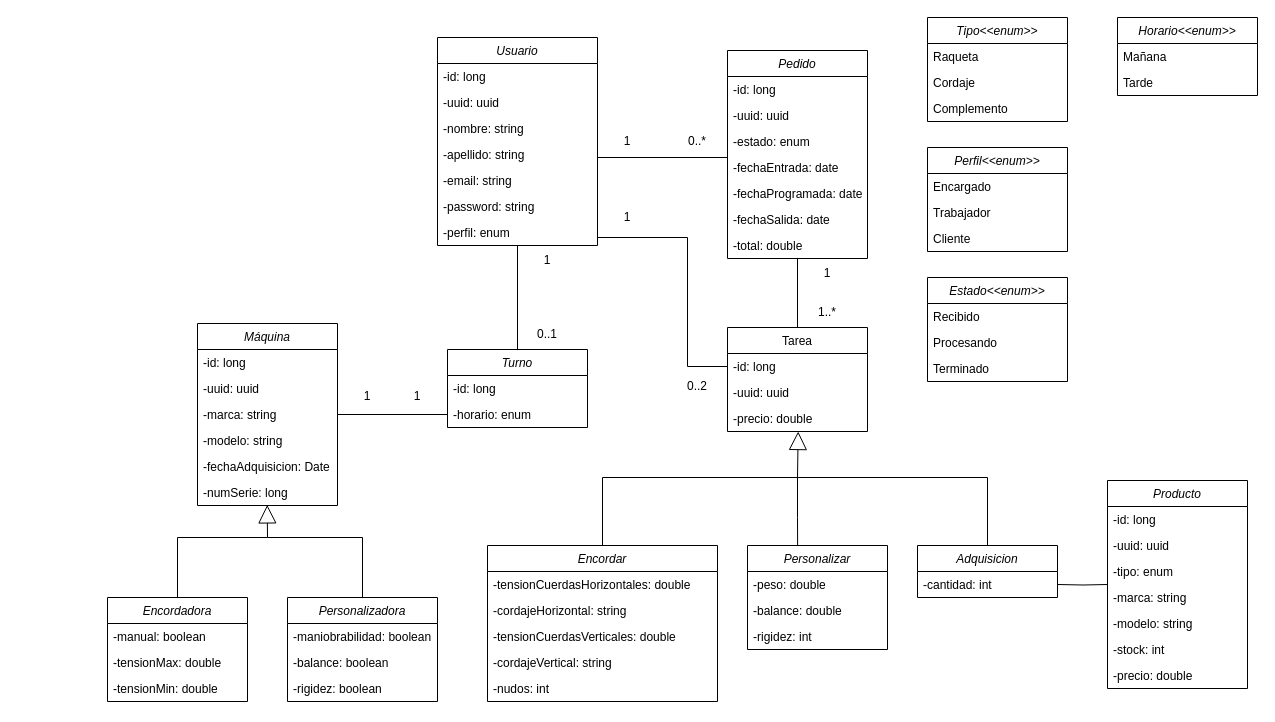
Earlier version of the draw.io diagram image/tennislab.drawio (Mario999X/tennisLab_Exposed). Source tidied: cells renumbered, new cells numbered last; positions are measured from the earlier drawing's top-left corner, leaving out a move shared by most shapes. Both pictures are drawn from the tidied source at 100%, with x=0, y=0 at pixel (107, 17).
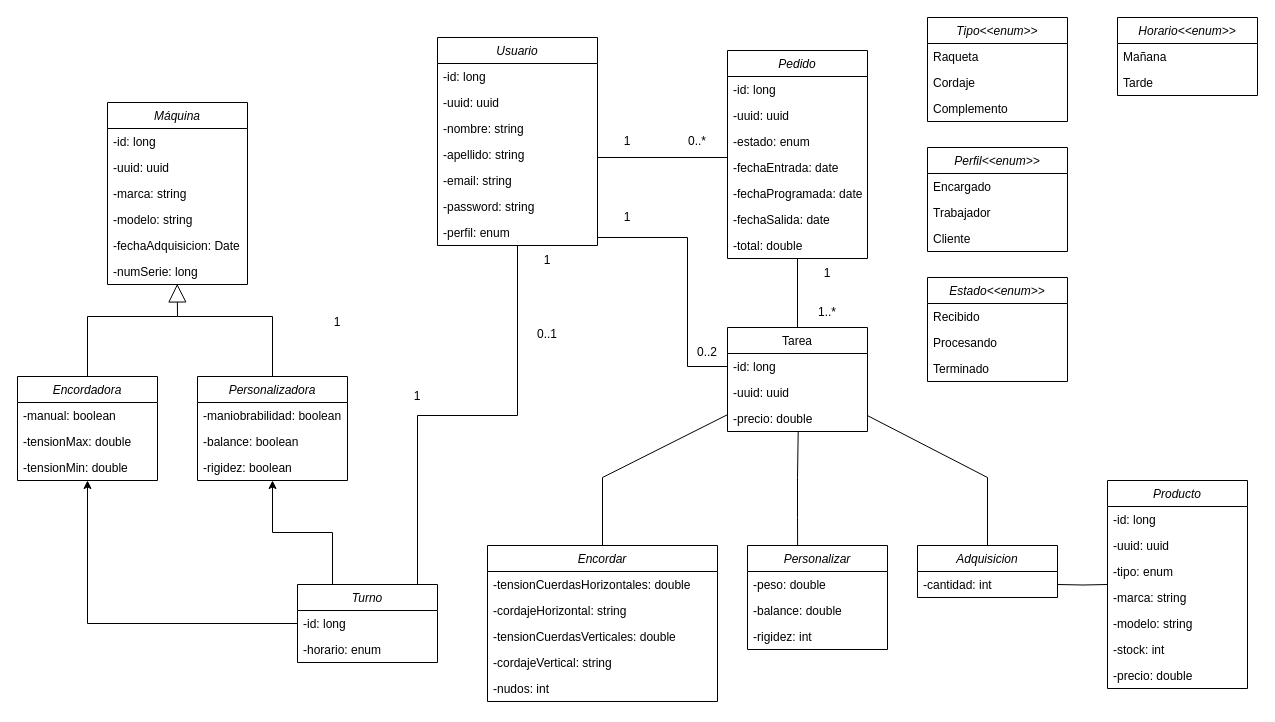
The same diagram, later.

The change refers to these unchanged cells:
```xml
<mxCell id="2" value="Usuario" style="swimlane;fontStyle=2;align=center;verticalAlign=top;horizontal=1;startSize=26;rounded=0;shadow=0;strokeWidth=1;" parent="1" vertex="1">
  <mxGeometry x="330" y="20" width="160" height="208" as="geometry" />
</mxCell>
<mxCell id="20" value="-numSerie: long" style="text;strokeColor=none;fillColor=none;align=left;verticalAlign=top;spacingLeft=4;spacingRight=4;overflow=hidden;points=[[0,0.5],[1,0.5]];portConstraint=eastwest;" parent="14" vertex="1">
  <mxGeometry y="156" width="140" height="26" as="geometry" />
</mxCell>
<mxCell id="32" value="Tarea" style="swimlane;fontStyle=0;horizontal=1;startSize=26;fillColor=none;" parent="1" vertex="1">
  <mxGeometry x="620" y="310" width="140" height="104" as="geometry" />
</mxCell>
<mxCell id="35" value="-precio: double" style="text;strokeColor=none;fillColor=none;align=left;verticalAlign=top;spacingLeft=4;spacingRight=4;overflow=hidden;points=[[0,0.5],[1,0.5]];portConstraint=eastwest;" parent="32" vertex="1">
  <mxGeometry y="78" width="140" height="26" as="geometry" />
</mxCell>
<mxCell id="61" value="Encordar" style="swimlane;fontStyle=2;horizontal=1;startSize=26;fillColor=none;" parent="1" vertex="1">
  <mxGeometry x="380" y="528" width="230" height="156" as="geometry" />
</mxCell>
<mxCell id="73" value="Adquisicion" style="swimlane;fontStyle=2;horizontal=1;startSize=26;fillColor=none;" parent="1" vertex="1">
  <mxGeometry x="810" y="528" width="140" height="52" as="geometry" />
</mxCell>
<mxCell id="79" value="-id: long&#10;" style="text;strokeColor=none;fillColor=none;align=left;verticalAlign=top;spacingLeft=4;spacingRight=4;overflow=hidden;points=[[0,0.5],[1,0.5]];portConstraint=eastwest;" parent="78" vertex="1">
  <mxGeometry y="26" width="140" height="26" as="geometry" />
</mxCell>
<mxCell id="80" value="-horario: enum" style="text;strokeColor=none;fillColor=none;align=left;verticalAlign=top;spacingLeft=4;spacingRight=4;overflow=hidden;points=[[0,0.5],[1,0.5]];portConstraint=eastwest;" parent="78" vertex="1">
  <mxGeometry y="52" width="140" height="26" as="geometry" />
</mxCell>
```

Change to the diagram source:
```diff
@@
     <mxCell id="14" value="Máquina" style="swimlane;fontStyle=2;horizontal=1;startSize=26;fillColor=none;" parent="1" vertex="1">
-      <mxGeometry x="90" y="306" width="140" height="182" as="geometry" />
+      <mxGeometry y="85" width="140" height="182" as="geometry" />
     </mxCell>
@@
     <mxCell id="21" style="edgeStyle=none;rounded=0;jettySize=auto;html=1;exitX=0.5;exitY=0;exitDx=0;exitDy=0;startArrow=none;startFill=0;endArrow=none;endFill=0;endSize=10;" parent="1" edge="1" source="22">
       <mxGeometry relative="1" as="geometry">
-        <mxPoint x="160" y="520" as="targetPoint" />
+        <mxPoint x="70" y="299" as="targetPoint" />
         <Array as="points">
-          <mxPoint x="70" y="520" />
+          <mxPoint x="-20" y="299" />
         </Array>
       </mxGeometry>
     </mxCell>
     <mxCell id="22" value="Encordadora" style="swimlane;fontStyle=2;horizontal=1;startSize=26;fillColor=none;" parent="1" vertex="1">
-      <mxGeometry y="580" width="140" height="104" as="geometry" />
+      <mxGeometry x="-90" y="359" width="140" height="104" as="geometry" />
     </mxCell>
@@
     <mxCell id="26" style="edgeStyle=none;rounded=0;jettySize=auto;html=1;exitX=0.5;exitY=0;exitDx=0;exitDy=0;startArrow=none;startFill=0;endArrow=none;endFill=0;endSize=10;" parent="1" edge="1" source="27">
       <mxGeometry relative="1" as="geometry">
-        <mxPoint x="160" y="520" as="targetPoint" />
+        <mxPoint x="70" y="299" as="targetPoint" />
         <Array as="points">
-          <mxPoint x="255" y="520" />
+          <mxPoint x="165" y="299" />
         </Array>
       </mxGeometry>
     </mxCell>
     <mxCell id="27" value="Personalizadora" style="swimlane;fontStyle=2;horizontal=1;startSize=26;fillColor=none;" parent="1" vertex="1">
-      <mxGeometry x="180" y="580" width="150" height="104" as="geometry" />
+      <mxGeometry x="90" y="359" width="150" height="104" as="geometry" />
     </mxCell>
@@
-    <mxCell id="60" style="edgeStyle=none;rounded=0;jettySize=auto;html=1;exitX=0.5;exitY=0;exitDx=0;exitDy=0;startArrow=none;startFill=0;endArrow=none;endFill=0;endSize=10;" parent="1" edge="1" source="61">
+    <mxCell id="60" style="edgeStyle=none;rounded=0;jettySize=auto;html=1;exitX=0.5;exitY=0;exitDx=0;exitDy=0;startArrow=none;startFill=0;endArrow=none;endFill=0;endSize=10;" parent="1" edge="1" source="61" target="32">
       <mxGeometry relative="1" as="geometry">
-        <mxPoint x="690" y="460" as="targetPoint" />
         <Array as="points">
           <mxPoint x="495" y="460" />
         </Array>
       </mxGeometry>
     </mxCell>
@@
-    <mxCell id="72" style="edgeStyle=none;rounded=0;jettySize=auto;html=1;exitX=0.5;exitY=0;exitDx=0;exitDy=0;startArrow=none;startFill=0;endArrow=none;endFill=0;endSize=10;" parent="1" edge="1" source="73">
+    <mxCell id="72" style="edgeStyle=none;rounded=0;jettySize=auto;html=1;exitX=0.5;exitY=0;exitDx=0;exitDy=0;startArrow=none;startFill=0;endArrow=none;endFill=0;endSize=10;" parent="1" edge="1" source="73" target="32">
       <mxGeometry relative="1" as="geometry">
-        <mxPoint x="690" y="460" as="targetPoint" />
         <Array as="points">
           <mxPoint x="880" y="460" />
         </Array>
       </mxGeometry>
     </mxCell>
@@
     <mxCell id="77" style="edgeStyle=orthogonalEdgeStyle;rounded=0;jettySize=auto;html=1;exitX=0.5;exitY=0;exitDx=0;exitDy=0;startArrow=none;startFill=0;endArrow=none;endFill=0;" parent="1" edge="1" source="78" target="2">
-      <mxGeometry relative="1" as="geometry" />
+      <mxGeometry relative="1" as="geometry">
+        <Array as="points">
+          <mxPoint x="310" y="567" />
+          <mxPoint x="310" y="398" />
+          <mxPoint x="410" y="398" />
+        </Array>
+      </mxGeometry>
     </mxCell>
+    <mxCell id="98" style="edgeStyle=orthogonalEdgeStyle;rounded=0;jettySize=auto;html=1;exitX=0.25;exitY=0;exitDx=0;exitDy=0;" parent="1" edge="1" source="78" target="27">
+      <mxGeometry relative="1" as="geometry" />
+    </mxCell>
     <mxCell id="78" value="Turno" style="swimlane;fontStyle=2;horizontal=1;startSize=26;fillColor=none;" parent="1" vertex="1">
-      <mxGeometry x="340" y="332" width="140" height="78" as="geometry" />
+      <mxGeometry x="190" y="567" width="140" height="78" as="geometry" />
     </mxCell>
@@
-    <mxCell id="81" style="edgeStyle=orthogonalEdgeStyle;rounded=0;jettySize=auto;html=1;exitX=0;exitY=0.5;exitDx=0;exitDy=0;startArrow=none;startFill=0;endArrow=none;endFill=0;" parent="1" edge="1" source="80" target="14">
-      <mxGeometry relative="1" as="geometry" />
-    </mxCell>
-    <mxCell id="82" style="endArrow=block;endSize=16;endFill=0;html=1;rounded=0;entryX=0.505;entryY=1;entryDx=0;entryDy=0;entryPerimeter=0;startArrow=none;startFill=0;" parent="1" edge="1" target="35">
+    <mxCell id="82" style="endArrow=none;endSize=16;endFill=0;html=1;rounded=0;entryX=0.505;entryY=1;entryDx=0;entryDy=0;entryPerimeter=0;startArrow=none;startFill=0;" parent="1" edge="1" target="35">
       <mxGeometry x="-0.53" y="-50" relative="1" as="geometry">
         <mxPoint x="690" y="460" as="sourcePoint" />
       </mxGeometry>
     </mxCell>
     <mxCell id="83" style="endArrow=block;endSize=16;endFill=0;html=1;rounded=0;entryX=0.498;entryY=0.978;entryDx=0;entryDy=0;entryPerimeter=0;" parent="1" edge="1" target="20">
       <mxGeometry x="-0.61" y="-112" relative="1" as="geometry">
-        <mxPoint x="160" y="520" as="sourcePoint" />
+        <mxPoint x="70" y="299" as="sourcePoint" />
       </mxGeometry>
     </mxCell>
@@
     <mxCell id="87" value="1" style="text;html=1;strokeColor=none;fillColor=none;align=center;verticalAlign=middle;whiteSpace=wrap;rounded=0;" parent="1" vertex="1">
-      <mxGeometry x="230" y="364" width="60" height="30" as="geometry" />
+      <mxGeometry x="200" y="290" width="60" height="30" as="geometry" />
     </mxCell>
@@
     <mxCell id="97" value="0..2" style="text;html=1;strokeColor=none;fillColor=none;align=center;verticalAlign=middle;whiteSpace=wrap;rounded=0;" parent="1" vertex="1">
-      <mxGeometry x="560" y="354" width="60" height="30" as="geometry" />
+      <mxGeometry x="570" y="320" width="60" height="30" as="geometry" />
     </mxCell>
+    <mxCell id="99" style="edgeStyle=orthogonalEdgeStyle;rounded=0;jettySize=auto;html=1;exitX=0;exitY=0.5;exitDx=0;exitDy=0;" parent="1" edge="1" source="79" target="22">
+      <mxGeometry relative="1" as="geometry" />
+    </mxCell>
```
